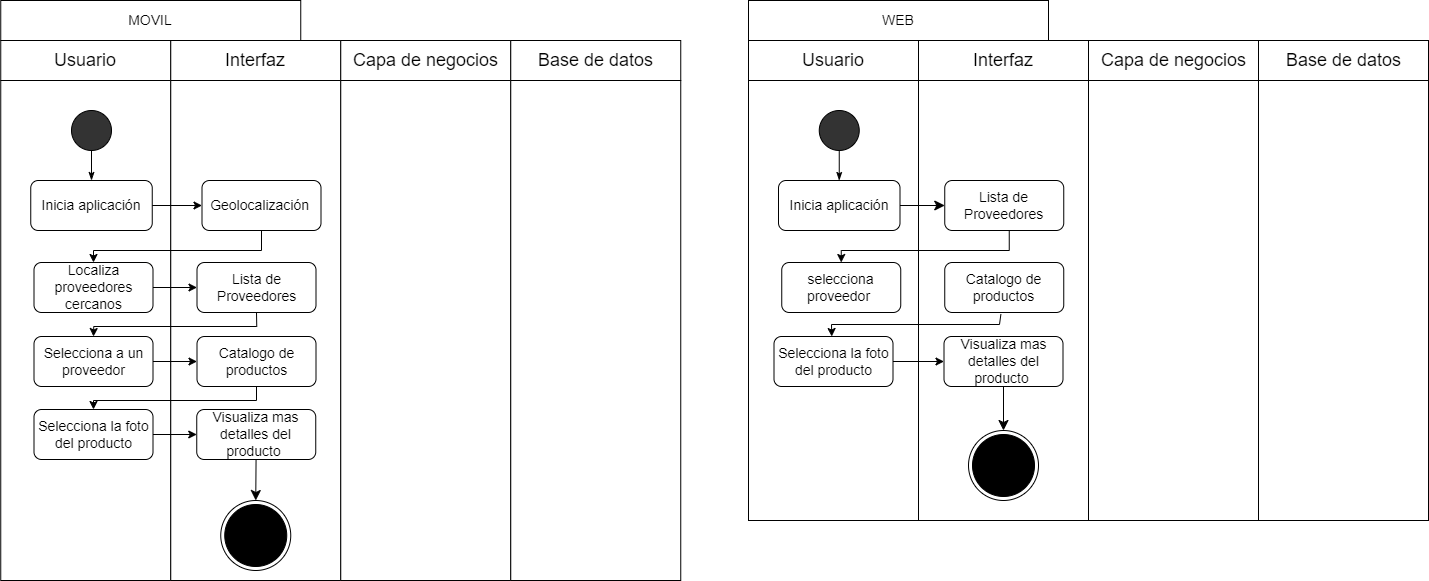
SoyElMato1/Grupo4-GreenMarket keeps this draw.io diagram as Fase 2/Evidencias Proyecto/Evidencias de documentación/Diagramas/3) Diagrama de Actividad/30) Detalle del producto.png. Above is the earlier version. Source tidied: cells renumbered, new cells last; positions are measured from the earlier drawing's top-left corner, leaving out a move shared by most shapes.
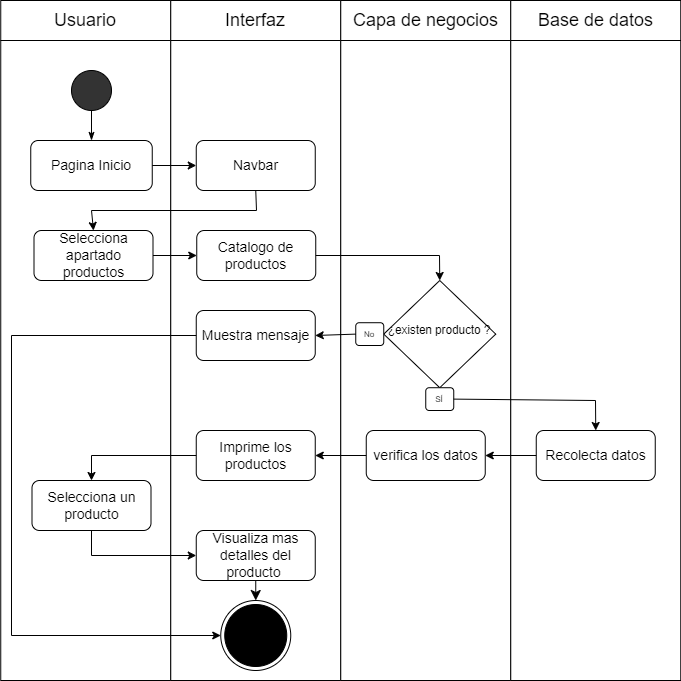
The same file after the commit.

The edit, as a diff of the source:
```diff
@@ -42,211 +42,129 @@
       <mxGeometry x="7.5" y="5" width="155" height="30" as="geometry" />
     </mxCell>
     <mxCell id="15" style="rounded=0;whiteSpace=wrap;html=1;" parent="1" vertex="1">
-      <mxGeometry x="0.2" y="80" width="170" height="500" as="geometry" />
+      <mxGeometry x="0.2" y="80" width="170" height="640" as="geometry" />
     </mxCell>
     <mxCell id="16" style="rounded=0;whiteSpace=wrap;html=1;" parent="1" vertex="1">
-      <mxGeometry x="170.2" y="80" width="170" height="500" as="geometry" />
+      <mxGeometry x="170.2" y="80" width="170" height="640" as="geometry" />
     </mxCell>
     <mxCell id="17" style="rounded=0;whiteSpace=wrap;html=1;" parent="1" vertex="1">
-      <mxGeometry x="340.2" y="80" width="170" height="500" as="geometry" />
+      <mxGeometry x="340.2" y="80" width="170" height="640" as="geometry" />
     </mxCell>
     <mxCell id="18" style="rounded=0;whiteSpace=wrap;html=1;" parent="1" vertex="1">
-      <mxGeometry x="510.2" y="80" width="170" height="500" as="geometry" />
+      <mxGeometry x="510.2" y="80" width="170" height="640" as="geometry" />
     </mxCell>
     <mxCell id="19" style="ellipse;whiteSpace=wrap;html=1;fontSize=18;fillColor=#333333;" parent="1" vertex="1">
       <mxGeometry x="71" y="110" width="40" height="40" as="geometry" />
     </mxCell>
-    <mxCell id="20" value="Inicia aplicación" style="rounded=1;whiteSpace=wrap;html=1;fontSize=14;" parent="1" vertex="1">
+    <mxCell id="20" value="Pagina Inicio" style="rounded=1;whiteSpace=wrap;html=1;fontSize=14;" parent="1" vertex="1">
       <mxGeometry x="30.2" y="180" width="121.5" height="50" as="geometry" />
     </mxCell>
     <mxCell id="21" style="endArrow=none;html=1;rounded=0;fontSize=18;entryX=0.5;entryY=1;entryDx=0;entryDy=0;exitX=0.5;exitY=0;exitDx=0;exitDy=0;startArrow=classicThin;startFill=1;" parent="1" edge="1" source="20" target="19">
       <mxGeometry relative="1" as="geometry" />
     </mxCell>
-    <mxCell id="22" value="Geolocalización&amp;nbsp;" style="rounded=1;whiteSpace=wrap;html=1;fontSize=14;" parent="1" vertex="1">
-      <mxGeometry x="201.5" y="180" width="119" height="50" as="geometry" />
-    </mxCell>
-    <mxCell id="23" style="endArrow=classic;html=1;rounded=0;exitX=1;exitY=0.5;exitDx=0;exitDy=0;entryX=0;entryY=0.5;entryDx=0;entryDy=0;" parent="1" edge="1" source="20" target="22">
-      <mxGeometry relative="1" as="geometry" />
-    </mxCell>
-    <mxCell id="24" value="Selecciona la foto del producto" style="rounded=1;whiteSpace=wrap;html=1;fontSize=14;" parent="1" vertex="1">
-      <mxGeometry x="33.5" y="409" width="119" height="50" as="geometry" />
+    <mxCell id="24" value="Selecciona un producto" style="rounded=1;whiteSpace=wrap;html=1;fontSize=14;" parent="1" vertex="1">
+      <mxGeometry x="31.5" y="520" width="119" height="50" as="geometry" />
     </mxCell>
-    <mxCell id="25" style="endArrow=classic;html=1;rounded=0;entryX=0.5;entryY=0;entryDx=0;entryDy=0;exitX=0.5;exitY=1;exitDx=0;exitDy=0;" parent="1" edge="1" source="22" target="30">
-      <mxGeometry relative="1" as="geometry">
-        <Array as="points">
-          <mxPoint x="261" y="250" />
-          <mxPoint x="93" y="250" />
-        </Array>
-      </mxGeometry>
-    </mxCell>
-    <mxCell id="26" style="endArrow=classic;html=1;rounded=0;exitX=1;exitY=0.5;exitDx=0;exitDy=0;entryX=0;entryY=0.5;entryDx=0;entryDy=0;" parent="1" edge="1" source="24" target="29">
-      <mxGeometry relative="1" as="geometry" />
+    <mxCell id="26" style="endArrow=classic;html=1;rounded=0;exitX=0.5;exitY=1;exitDx=0;exitDy=0;entryX=0;entryY=0.5;entryDx=0;entryDy=0;" parent="1" edge="1" source="24" target="29">
+      <mxGeometry relative="1" as="geometry">
+        <Array as="points">
+          <mxPoint x="91" y="595" />
+        </Array>
+      </mxGeometry>
     </mxCell>
     <mxCell id="27" style="ellipse;html=1;shape=endState;fillColor=#000000;strokeColor=#000000;" parent="1" vertex="1">
-      <mxGeometry x="220.2" y="500" width="70" height="70" as="geometry" />
+      <mxGeometry x="220.2" y="640" width="70" height="70" as="geometry" />
     </mxCell>
     <mxCell id="28" style="edgeStyle=none;curved=1;rounded=0;jettySize=auto;html=1;fontSize=12;startSize=8;endSize=8;" parent="1" edge="1" source="29" target="27">
       <mxGeometry relative="1" as="geometry" />
     </mxCell>
     <mxCell id="29" value="Visualiza mas detalles del producto&amp;nbsp;" style="rounded=1;whiteSpace=wrap;html=1;fontSize=14;" parent="1" vertex="1">
-      <mxGeometry x="196.2" y="409" width="119" height="50" as="geometry" />
+      <mxGeometry x="195.8" y="570" width="119" height="50" as="geometry" />
     </mxCell>
-    <mxCell id="30" value="Localiza proveedores cercanos" style="rounded=1;whiteSpace=wrap;html=1;fontSize=14;" parent="1" vertex="1">
-      <mxGeometry x="33.5" y="262" width="119" height="50" as="geometry" />
-    </mxCell>
-    <mxCell id="31" value="Selecciona a un proveedor" style="rounded=1;whiteSpace=wrap;html=1;fontSize=14;" parent="1" vertex="1">
-      <mxGeometry x="33.5" y="336" width="119" height="50" as="geometry" />
+    <mxCell id="31" value="Selecciona apartado productos" style="rounded=1;whiteSpace=wrap;html=1;fontSize=14;" parent="1" vertex="1">
+      <mxGeometry x="33.5" y="270" width="119" height="50" as="geometry" />
     </mxCell>
-    <mxCell id="32" value="Lista de Proveedores" style="rounded=1;whiteSpace=wrap;html=1;fontSize=14;" parent="1" vertex="1">
-      <mxGeometry x="196.5" y="262" width="119" height="50" as="geometry" />
+    <mxCell id="32" value="Navbar" style="rounded=1;whiteSpace=wrap;html=1;fontSize=14;" parent="1" vertex="1">
+      <mxGeometry x="195.8" y="180" width="119" height="50" as="geometry" />
     </mxCell>
     <mxCell id="33" value="Catalogo de productos" style="rounded=1;whiteSpace=wrap;html=1;fontSize=14;" parent="1" vertex="1">
-      <mxGeometry x="196.5" y="336" width="119" height="50" as="geometry" />
+      <mxGeometry x="196.2" y="270" width="119" height="50" as="geometry" />
     </mxCell>
-    <mxCell id="34" style="endArrow=classic;html=1;rounded=0;exitX=1;exitY=0.5;exitDx=0;exitDy=0;entryX=0;entryY=0.5;entryDx=0;entryDy=0;" parent="1" edge="1" source="30" target="32">
-      <mxGeometry relative="1" as="geometry" />
-    </mxCell>
     <mxCell id="35" style="endArrow=classic;html=1;rounded=0;exitX=0.5;exitY=1;exitDx=0;exitDy=0;entryX=0.5;entryY=0;entryDx=0;entryDy=0;" parent="1" edge="1" source="32" target="31">
       <mxGeometry relative="1" as="geometry">
         <Array as="points">
-          <mxPoint x="256.2" y="326" />
-          <mxPoint x="93.2" y="326" />
+          <mxPoint x="256" y="250" />
+          <mxPoint x="91" y="250" />
         </Array>
       </mxGeometry>
     </mxCell>
     <mxCell id="36" style="endArrow=classic;html=1;rounded=0;exitX=1;exitY=0.5;exitDx=0;exitDy=0;entryX=0;entryY=0.5;entryDx=0;entryDy=0;" parent="1" edge="1" source="31" target="33">
       <mxGeometry relative="1" as="geometry" />
     </mxCell>
-    <mxCell id="37" style="endArrow=classic;html=1;rounded=0;entryX=0.5;entryY=0;entryDx=0;entryDy=0;exitX=0.5;exitY=1;exitDx=0;exitDy=0;" parent="1" edge="1" source="33" target="24">
-      <mxGeometry relative="1" as="geometry">
-        <Array as="points">
-          <mxPoint x="256" y="400" />
-          <mxPoint x="93" y="400" />
-        </Array>
-      </mxGeometry>
-    </mxCell>
-    <mxCell id="38" style="group;" parent="1" vertex="1">
-      <mxGeometry x="748" y="40" width="680" height="40" as="geometry" />
-    </mxCell>
-    <mxCell id="39" style="group;" parent="38" vertex="1">
-      <mxGeometry width="170" height="40" as="geometry" />
-    </mxCell>
-    <mxCell id="40" style="rounded=0;whiteSpace=wrap;html=1;fontSize=14;fillColor=#FFFFFF;" parent="39" vertex="1">
-      <mxGeometry width="170" height="40" as="geometry" />
-    </mxCell>
-    <mxCell id="41" value="&lt;font style=&quot;font-size: 18px;&quot;&gt;Usuario&lt;/font&gt;" style="text;html=1;strokeColor=none;fillColor=none;align=center;verticalAlign=middle;whiteSpace=wrap;rounded=0;" parent="39" vertex="1">
-      <mxGeometry x="55" y="5" width="60" height="30" as="geometry" />
-    </mxCell>
-    <mxCell id="42" style="group;" parent="38" vertex="1">
-      <mxGeometry x="170" width="170" height="40" as="geometry" />
-    </mxCell>
-    <mxCell id="43" style="rounded=0;whiteSpace=wrap;html=1;fontSize=14;fillColor=#FFFFFF;" parent="42" vertex="1">
-      <mxGeometry width="170" height="40" as="geometry" />
-    </mxCell>
-    <mxCell id="44" value="&lt;span style=&quot;font-size: 18px;&quot;&gt;Interfaz&lt;/span&gt;" style="text;html=1;strokeColor=none;fillColor=none;align=center;verticalAlign=middle;whiteSpace=wrap;rounded=0;" parent="42" vertex="1">
-      <mxGeometry x="55" y="5" width="60" height="30" as="geometry" />
-    </mxCell>
-    <mxCell id="45" style="group;" parent="38" vertex="1">
-      <mxGeometry x="340" width="170" height="40" as="geometry" />
-    </mxCell>
-    <mxCell id="46" style="rounded=0;whiteSpace=wrap;html=1;fontSize=14;fillColor=#FFFFFF;" parent="45" vertex="1">
-      <mxGeometry width="170" height="40" as="geometry" />
-    </mxCell>
-    <mxCell id="47" value="&lt;span style=&quot;font-size: 18px;&quot;&gt;Capa de negocios&lt;/span&gt;" style="text;html=1;strokeColor=none;fillColor=none;align=center;verticalAlign=middle;whiteSpace=wrap;rounded=0;" parent="45" vertex="1">
-      <mxGeometry x="7.5" y="5" width="155" height="30" as="geometry" />
-    </mxCell>
-    <mxCell id="48" style="group;" parent="38" vertex="1">
-      <mxGeometry x="510" width="170" height="40" as="geometry" />
-    </mxCell>
-    <mxCell id="49" style="rounded=0;whiteSpace=wrap;html=1;fontSize=14;fillColor=#FFFFFF;" parent="48" vertex="1">
-      <mxGeometry width="170" height="40" as="geometry" />
-    </mxCell>
-    <mxCell id="50" value="&lt;span style=&quot;font-size: 18px;&quot;&gt;Base de datos&lt;/span&gt;" style="text;html=1;strokeColor=none;fillColor=none;align=center;verticalAlign=middle;whiteSpace=wrap;rounded=0;" parent="48" vertex="1">
-      <mxGeometry x="7.5" y="5" width="155" height="30" as="geometry" />
-    </mxCell>
-    <mxCell id="51" style="rounded=0;whiteSpace=wrap;html=1;" parent="1" vertex="1">
-      <mxGeometry x="748" y="80" width="170" height="440" as="geometry" />
-    </mxCell>
-    <mxCell id="52" style="rounded=0;whiteSpace=wrap;html=1;" parent="1" vertex="1">
-      <mxGeometry x="918" y="80" width="170" height="440" as="geometry" />
-    </mxCell>
-    <mxCell id="53" style="rounded=0;whiteSpace=wrap;html=1;" parent="1" vertex="1">
-      <mxGeometry x="1088" y="80" width="170" height="440" as="geometry" />
-    </mxCell>
-    <mxCell id="54" style="rounded=0;whiteSpace=wrap;html=1;" parent="1" vertex="1">
-      <mxGeometry x="1258" y="80" width="170" height="440" as="geometry" />
-    </mxCell>
-    <mxCell id="55" style="ellipse;whiteSpace=wrap;html=1;fontSize=18;fillColor=#333333;" parent="1" vertex="1">
-      <mxGeometry x="818.8" y="110" width="40" height="40" as="geometry" />
-    </mxCell>
-    <mxCell id="56" style="edgeStyle=none;curved=1;rounded=0;jettySize=auto;html=1;fontSize=12;startSize=8;endSize=8;" parent="1" edge="1" source="57" target="66">
-      <mxGeometry relative="1" as="geometry" />
-    </mxCell>
-    <mxCell id="57" value="Inicia aplicación" style="rounded=1;whiteSpace=wrap;html=1;fontSize=14;" parent="1" vertex="1">
-      <mxGeometry x="778" y="180" width="121.5" height="50" as="geometry" />
-    </mxCell>
-    <mxCell id="58" style="endArrow=none;html=1;rounded=0;fontSize=18;entryX=0.5;entryY=1;entryDx=0;entryDy=0;exitX=0.5;exitY=0;exitDx=0;exitDy=0;startArrow=classicThin;startFill=1;" parent="1" edge="1" source="57" target="55">
-      <mxGeometry relative="1" as="geometry" />
-    </mxCell>
-    <mxCell id="59" value="Selecciona la foto del producto" style="rounded=1;whiteSpace=wrap;html=1;fontSize=14;" parent="1" vertex="1">
-      <mxGeometry x="773.5" y="336" width="119" height="50" as="geometry" />
-    </mxCell>
-    <mxCell id="60" style="endArrow=classic;html=1;rounded=0;entryX=0.5;entryY=0;entryDx=0;entryDy=0;exitX=0.5;exitY=1;exitDx=0;exitDy=0;" parent="1" edge="1" target="65">
-      <mxGeometry relative="1" as="geometry">
-        <mxPoint x="1008.8" y="230" as="sourcePoint" />
-        <Array as="points">
-          <mxPoint x="1008.8" y="250" />
-          <mxPoint x="840.8" y="250" />
-        </Array>
-      </mxGeometry>
-    </mxCell>
-    <mxCell id="61" style="endArrow=classic;html=1;rounded=0;exitX=1;exitY=0.5;exitDx=0;exitDy=0;entryX=0;entryY=0.5;entryDx=0;entryDy=0;" parent="1" edge="1" source="59" target="64">
-      <mxGeometry relative="1" as="geometry" />
-    </mxCell>
-    <mxCell id="62" style="ellipse;html=1;shape=endState;fillColor=#000000;strokeColor=#000000;" parent="1" vertex="1">
-      <mxGeometry x="968" y="430" width="70" height="70" as="geometry" />
-    </mxCell>
-    <mxCell id="63" style="edgeStyle=none;curved=1;rounded=0;jettySize=auto;html=1;fontSize=12;startSize=8;endSize=8;" parent="1" edge="1" source="64" target="62">
-      <mxGeometry relative="1" as="geometry" />
-    </mxCell>
-    <mxCell id="64" value="Visualiza mas detalles del producto&amp;nbsp;" style="rounded=1;whiteSpace=wrap;html=1;fontSize=14;" parent="1" vertex="1">
-      <mxGeometry x="943.5" y="336" width="119" height="50" as="geometry" />
-    </mxCell>
-    <mxCell id="65" value="selecciona proveedor&amp;nbsp;" style="rounded=1;whiteSpace=wrap;html=1;fontSize=14;" parent="1" vertex="1">
-      <mxGeometry x="781.2" y="262" width="119" height="50" as="geometry" />
-    </mxCell>
-    <mxCell id="66" value="Lista de Proveedores" style="rounded=1;whiteSpace=wrap;html=1;fontSize=14;" parent="1" vertex="1">
-      <mxGeometry x="944.2" y="180" width="119" height="50" as="geometry" />
-    </mxCell>
-    <mxCell id="67" value="Catalogo de productos" style="rounded=1;whiteSpace=wrap;html=1;fontSize=14;" parent="1" vertex="1">
-      <mxGeometry x="944.2" y="262" width="119" height="50" as="geometry" />
-    </mxCell>
-    <mxCell id="68" style="endArrow=classic;html=1;rounded=0;entryX=0.5;entryY=0;entryDx=0;entryDy=0;exitX=0.472;exitY=1.031;exitDx=0;exitDy=0;exitPerimeter=0;" parent="1" edge="1" source="67">
-      <mxGeometry relative="1" as="geometry">
-        <mxPoint x="831.2" y="336" as="targetPoint" />
-        <Array as="points">
-          <mxPoint x="999" y="324" />
-          <mxPoint x="831" y="324" />
-        </Array>
-      </mxGeometry>
-    </mxCell>
-    <mxCell id="69" style="group;" parent="1" vertex="1">
-      <mxGeometry x="0.2" width="300.8" height="40" as="geometry" />
-    </mxCell>
-    <mxCell id="70" style="group;" parent="69" vertex="1">
-      <mxGeometry width="300" height="40" as="geometry" />
-    </mxCell>
-    <mxCell id="71" value="MOVIL" style="rounded=0;whiteSpace=wrap;html=1;fontSize=14;fillColor=#FFFFFF;" parent="70" vertex="1">
-      <mxGeometry width="300" height="40" as="geometry" />
-    </mxCell>
-    <mxCell id="72" style="group;" parent="1" vertex="1">
-      <mxGeometry x="748" width="300.8" height="40" as="geometry" />
-    </mxCell>
-    <mxCell id="73" style="group;" parent="72" vertex="1">
-      <mxGeometry width="300" height="40" as="geometry" />
-    </mxCell>
-    <mxCell id="74" value="WEB" style="rounded=0;whiteSpace=wrap;html=1;fontSize=14;fillColor=#FFFFFF;" parent="73" vertex="1">
-      <mxGeometry width="300" height="40" as="geometry" />
-    </mxCell>
+    <mxCell id="75" style="group;" parent="1" vertex="1">
+      <mxGeometry x="355.2" y="320" width="140" height="130" as="geometry" />
+    </mxCell>
+    <mxCell id="76" value="&lt;font style=&quot;line-height: 0; font-size: 14px;&quot;&gt;&lt;sup style=&quot;&quot;&gt;¿existen producto ?&lt;/sup&gt;&lt;/font&gt;" style="rhombus;whiteSpace=wrap;html=1;fontSize=18;fillColor=#FFFFFF;align=center;" parent="75" vertex="1">
+      <mxGeometry x="28" width="112" height="107.2" as="geometry" />
+    </mxCell>
+    <mxCell id="77" value="No" style="rounded=1;whiteSpace=wrap;html=1;fontSize=8;fillColor=#FFFFFF;" parent="75" vertex="1">
+      <mxGeometry y="42.2" width="28" height="22.8" as="geometry" />
+    </mxCell>
+    <mxCell id="78" value="SÍ" style="rounded=1;whiteSpace=wrap;html=1;fontSize=8;fillColor=#FFFFFF;" parent="75" vertex="1">
+      <mxGeometry x="70" y="107.2" width="28" height="22.8" as="geometry" />
+    </mxCell>
+    <mxCell id="79" value="Recolecta datos" style="rounded=1;whiteSpace=wrap;html=1;fontSize=14;" parent="1" vertex="1">
+      <mxGeometry x="535.8" y="470" width="119" height="50" as="geometry" />
+    </mxCell>
+    <mxCell id="80" value="verifica los datos" style="rounded=1;whiteSpace=wrap;html=1;fontSize=14;" parent="1" vertex="1">
+      <mxGeometry x="365.8" y="470" width="119" height="50" as="geometry" />
+    </mxCell>
+    <mxCell id="81" value="Imprime los productos" style="rounded=1;whiteSpace=wrap;html=1;fontSize=14;" parent="1" vertex="1">
+      <mxGeometry x="195.8" y="470" width="119" height="50" as="geometry" />
+    </mxCell>
+    <mxCell id="82" style="endArrow=classic;html=1;rounded=0;exitX=0;exitY=0.5;exitDx=0;exitDy=0;entryX=0.5;entryY=0;entryDx=0;entryDy=0;" parent="1" edge="1" source="81" target="24">
+      <mxGeometry relative="1" as="geometry">
+        <Array as="points">
+          <mxPoint x="91" y="495" />
+        </Array>
+      </mxGeometry>
+    </mxCell>
+    <mxCell id="83" style="endArrow=classic;html=1;rounded=0;entryX=1;entryY=0.5;entryDx=0;entryDy=0;exitX=0;exitY=0.5;exitDx=0;exitDy=0;" parent="1" edge="1" source="80" target="81">
+      <mxGeometry relative="1" as="geometry" />
+    </mxCell>
+    <mxCell id="84" style="endArrow=classic;html=1;rounded=0;exitX=0;exitY=0.5;exitDx=0;exitDy=0;entryX=1;entryY=0.5;entryDx=0;entryDy=0;" parent="1" edge="1" source="79" target="80">
+      <mxGeometry relative="1" as="geometry" />
+    </mxCell>
+    <mxCell id="85" value="Muestra mensaje" style="rounded=1;whiteSpace=wrap;html=1;fontSize=14;" parent="1" vertex="1">
+      <mxGeometry x="195.8" y="350" width="119" height="50" as="geometry" />
+    </mxCell>
+    <mxCell id="86" style="endArrow=classic;html=1;rounded=0;exitX=0;exitY=0.5;exitDx=0;exitDy=0;entryX=1;entryY=0.5;entryDx=0;entryDy=0;" parent="1" edge="1" source="77" target="85">
+      <mxGeometry relative="1" as="geometry" />
+    </mxCell>
+    <mxCell id="87" style="endArrow=classic;html=1;rounded=0;entryX=0.5;entryY=0;entryDx=0;entryDy=0;exitX=1;exitY=0.5;exitDx=0;exitDy=0;" parent="1" edge="1" source="33" target="76">
+      <mxGeometry relative="1" as="geometry">
+        <Array as="points">
+          <mxPoint x="439" y="295" />
+        </Array>
+      </mxGeometry>
+    </mxCell>
+    <mxCell id="88" style="endArrow=classic;html=1;rounded=0;exitX=1;exitY=0.5;exitDx=0;exitDy=0;entryX=0.5;entryY=0;entryDx=0;entryDy=0;" parent="1" edge="1" source="78" target="79">
+      <mxGeometry relative="1" as="geometry">
+        <Array as="points">
+          <mxPoint x="595" y="440" />
+        </Array>
+      </mxGeometry>
+    </mxCell>
+    <mxCell id="89" style="endArrow=classic;html=1;rounded=0;exitX=0;exitY=0.5;exitDx=0;exitDy=0;entryX=0;entryY=0.5;entryDx=0;entryDy=0;" parent="1" edge="1" source="85" target="27">
+      <mxGeometry relative="1" as="geometry">
+        <Array as="points">
+          <mxPoint x="11" y="375" />
+          <mxPoint x="11" y="675" />
+        </Array>
+      </mxGeometry>
+    </mxCell>
+    <mxCell id="90" style="endArrow=classic;html=1;rounded=0;exitX=1;exitY=0.5;exitDx=0;exitDy=0;entryX=0;entryY=0.5;entryDx=0;entryDy=0;" parent="1" edge="1" source="20" target="32">
+      <mxGeometry relative="1" as="geometry" />
+    </mxCell>
   </root>
 </mxGraphModel>
```
